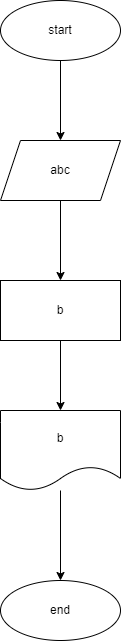
Earlier version of the draw.io export homework/lesson2/task010/010.drawio.png (AleksandRepin/CS_homework). Source tidied: cells renumbered, new cells last; positions are measured from the earlier drawing's top-left corner, leaving out a move shared by most shapes.
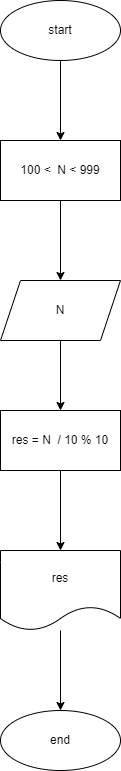
Later version of the same file.

Change to the diagram source:
```diff
@@ -2,32 +2,44 @@
   <root>
     <mxCell id="0" />
     <mxCell id="1" parent="0" />
-    <mxCell id="2" style="edgeStyle=none;html=1;" parent="1" edge="1" source="3" target="5">
-      <mxGeometry relative="1" as="geometry" />
+    <mxCell id="2" style="edgeStyle=none;html=1;" parent="1" edge="1" source="3">
+      <mxGeometry relative="1" as="geometry">
+        <mxPoint x="60" y="140" as="targetPoint" />
+      </mxGeometry>
     </mxCell>
     <mxCell id="3" value="start" style="ellipse;whiteSpace=wrap;html=1;" parent="1" vertex="1">
       <mxGeometry width="120" height="60" as="geometry" />
     </mxCell>
-    <mxCell id="4" style="edgeStyle=none;html=1;" parent="1" edge="1" source="5" target="7">
-      <mxGeometry relative="1" as="geometry" />
-    </mxCell>
-    <mxCell id="5" value="abc" style="shape=parallelogram;perimeter=parallelogramPerimeter;whiteSpace=wrap;html=1;fixedSize=1;" parent="1" vertex="1">
-      <mxGeometry y="140" width="120" height="60" as="geometry" />
-    </mxCell>
-    <mxCell id="6" style="edgeStyle=none;html=1;" parent="1" edge="1" source="7" target="9">
-      <mxGeometry relative="1" as="geometry" />
-    </mxCell>
-    <mxCell id="7" value="b" style="whiteSpace=wrap;html=1;" parent="1" vertex="1">
-      <mxGeometry y="280" width="120" height="60" as="geometry" />
-    </mxCell>
-    <mxCell id="8" style="edgeStyle=none;html=1;" parent="1" edge="1" source="9" target="10">
-      <mxGeometry relative="1" as="geometry" />
-    </mxCell>
-    <mxCell id="9" value="b" style="shape=document;whiteSpace=wrap;html=1;boundedLbl=1;" parent="1" vertex="1">
-      <mxGeometry y="410" width="120" height="80" as="geometry" />
-    </mxCell>
+    <mxCell id="11" style="edgeStyle=none;html=1;" parent="1" edge="1" source="12" target="14">
+      <mxGeometry relative="1" as="geometry" />
+    </mxCell>
+    <mxCell id="12" value="100 &amp;lt;&amp;nbsp; N &amp;lt; 999" style="whiteSpace=wrap;html=1;" parent="1" vertex="1">
+      <mxGeometry y="140" width="120" height="60" as="geometry" />
+    </mxCell>
+    <mxCell id="13" style="edgeStyle=none;html=1;" parent="1" edge="1" source="14">
+      <mxGeometry relative="1" as="geometry">
+        <mxPoint x="60" y="410" as="targetPoint" />
+      </mxGeometry>
+    </mxCell>
+    <mxCell id="14" value="N" style="shape=parallelogram;perimeter=parallelogramPerimeter;whiteSpace=wrap;html=1;fixedSize=1;" parent="1" vertex="1">
+      <mxGeometry y="280" width="120" height="60" as="geometry" />
+    </mxCell>
+    <mxCell id="15" style="edgeStyle=none;html=1;" parent="1" edge="1" source="16">
+      <mxGeometry relative="1" as="geometry">
+        <mxPoint x="60" y="550" as="targetPoint" />
+      </mxGeometry>
+    </mxCell>
+    <mxCell id="16" value="res = N&amp;nbsp; / 10 % 10" style="whiteSpace=wrap;html=1;" parent="1" vertex="1">
+      <mxGeometry y="410" width="120" height="60" as="geometry" />
+    </mxCell>
+    <mxCell id="17" style="edgeStyle=none;html=1;" parent="1" edge="1" source="18" target="10">
+      <mxGeometry relative="1" as="geometry" />
+    </mxCell>
+    <mxCell id="18" value="res" style="shape=document;whiteSpace=wrap;html=1;boundedLbl=1;" parent="1" vertex="1">
+      <mxGeometry y="550" width="120" height="80" as="geometry" />
+    </mxCell>
     <mxCell id="10" value="end" style="ellipse;whiteSpace=wrap;html=1;" parent="1" vertex="1">
-      <mxGeometry y="580" width="120" height="60" as="geometry" />
+      <mxGeometry y="710" width="120" height="60" as="geometry" />
     </mxCell>
   </root>
 </mxGraphModel>
```
